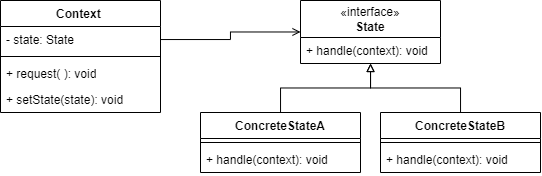
mitina-mv/php-patterns keeps this draw.io diagram as images/UML_state_self.png. Above is the earlier version. Source tidied: cells renumbered, new cells last; positions are measured from the earlier drawing's top-left corner, leaving out a move shared by most shapes. Its diagram source:
```xml
<mxGraphModel>
  <root>
    <mxCell id="0" />
    <mxCell id="1" parent="0" />
    <mxCell id="2" style="group;" parent="1" vertex="1">
      <mxGeometry width="540" height="172" as="geometry" />
    </mxCell>
    <mxCell id="3" value="Context&amp;nbsp;" style="swimlane;fontStyle=1;align=center;verticalAlign=top;horizontal=1;startSize=26;whiteSpace=wrap;html=1;" parent="2" vertex="1">
      <mxGeometry width="160" height="112" as="geometry" />
    </mxCell>
    <mxCell id="4" value="- state: State" style="text;strokeColor=none;fillColor=none;align=left;verticalAlign=top;spacingLeft=4;spacingRight=4;overflow=hidden;points=[[0,0.5],[1,0.5]];portConstraint=eastwest;whiteSpace=wrap;html=1;" parent="3" vertex="1">
      <mxGeometry y="26" width="160" height="26" as="geometry" />
    </mxCell>
    <mxCell id="5" style="line;strokeWidth=1;fillColor=none;align=left;verticalAlign=middle;spacingTop=-1;spacingLeft=3;spacingRight=3;labelPosition=right;strokeColor=inherit;" parent="3" vertex="1">
      <mxGeometry y="52" width="160" height="8" as="geometry" />
    </mxCell>
    <mxCell id="6" value="+ request( ): void" style="text;strokeColor=none;fillColor=none;align=left;verticalAlign=top;spacingLeft=4;spacingRight=4;overflow=hidden;whiteSpace=wrap;html=1;" parent="3" vertex="1">
      <mxGeometry y="60" width="160" height="26" as="geometry" />
    </mxCell>
    <mxCell id="7" value="+ setState(state): void" style="text;strokeColor=none;fillColor=none;align=left;verticalAlign=top;spacingLeft=4;spacingRight=4;overflow=hidden;whiteSpace=wrap;html=1;" parent="3" vertex="1">
      <mxGeometry y="86" width="160" height="26" as="geometry" />
    </mxCell>
    <mxCell id="8" value="ConcreteStateA" style="swimlane;fontStyle=1;align=center;verticalAlign=top;horizontal=1;startSize=26;whiteSpace=wrap;html=1;" parent="2" vertex="1">
      <mxGeometry x="200" y="112" width="160" height="60" as="geometry" />
    </mxCell>
    <mxCell id="9" style="line;strokeWidth=1;fillColor=none;align=left;verticalAlign=middle;spacingTop=-1;spacingLeft=3;spacingRight=3;labelPosition=right;points=[];portConstraint=eastwest;strokeColor=inherit;" parent="8" vertex="1">
      <mxGeometry y="26" width="160" height="8" as="geometry" />
    </mxCell>
    <mxCell id="10" value="+ handle(context): void" style="text;strokeColor=none;fillColor=none;align=left;verticalAlign=top;spacingLeft=4;spacingRight=4;overflow=hidden;whiteSpace=wrap;html=1;" parent="8" vertex="1">
      <mxGeometry y="34" width="160" height="26" as="geometry" />
    </mxCell>
    <mxCell id="11" value="ConcreteStateB" style="swimlane;fontStyle=1;align=center;verticalAlign=top;horizontal=1;startSize=26;whiteSpace=wrap;html=1;" parent="2" vertex="1">
      <mxGeometry x="380" y="112" width="160" height="60" as="geometry" />
    </mxCell>
    <mxCell id="12" style="line;strokeWidth=1;fillColor=none;align=left;verticalAlign=middle;spacingTop=-1;spacingLeft=3;spacingRight=3;labelPosition=right;strokeColor=inherit;" parent="11" vertex="1">
      <mxGeometry y="26" width="160" height="8" as="geometry" />
    </mxCell>
    <mxCell id="13" value="+ handle(context): void" style="text;strokeColor=none;fillColor=none;align=left;verticalAlign=top;spacingLeft=4;spacingRight=4;overflow=hidden;whiteSpace=wrap;html=1;" parent="11" vertex="1">
      <mxGeometry y="34" width="160" height="26" as="geometry" />
    </mxCell>
    <mxCell id="14" style="edgeStyle=orthogonalEdgeStyle;rounded=0;jettySize=auto;html=1;endArrow=block;endFill=0;" parent="2" edge="1" source="8" target="16">
      <mxGeometry relative="1" as="geometry" />
    </mxCell>
    <mxCell id="15" style="edgeStyle=orthogonalEdgeStyle;rounded=0;jettySize=auto;html=1;endArrow=block;endFill=0;" parent="2" edge="1" source="11" target="16">
      <mxGeometry relative="1" as="geometry" />
    </mxCell>
    <mxCell id="16" value="«interface»&lt;br style=&quot;border-color: var(--border-color);&quot;&gt;&lt;b style=&quot;border-color: var(--border-color);&quot;&gt;State&lt;/b&gt;" style="swimlane;fontStyle=0;horizontal=1;startSize=37;fillColor=none;whiteSpace=wrap;html=1;" parent="2" vertex="1">
      <mxGeometry x="300" width="140" height="63" as="geometry" />
    </mxCell>
    <mxCell id="17" value="+ handle(context): void" style="text;strokeColor=none;fillColor=none;align=left;verticalAlign=top;spacingLeft=4;spacingRight=4;overflow=hidden;whiteSpace=wrap;html=1;" parent="16" vertex="1">
      <mxGeometry y="37" width="140" height="26" as="geometry" />
    </mxCell>
    <mxCell id="18" style="edgeStyle=orthogonalEdgeStyle;rounded=0;jettySize=auto;html=1;endArrow=open;endFill=0;" parent="2" edge="1" source="4" target="16">
      <mxGeometry relative="1" as="geometry" />
    </mxCell>
  </root>
</mxGraphModel>
```
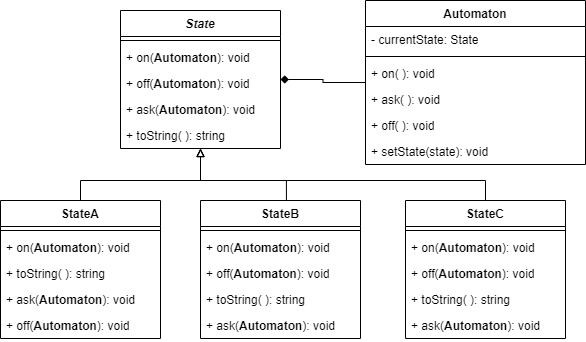
Above is the later version.

Diff of the diagram source:
```diff
@@ -3,55 +3,127 @@
     <mxCell id="0" />
     <mxCell id="1" parent="0" />
     <mxCell id="2" style="group;" parent="1" vertex="1">
-      <mxGeometry width="540" height="172" as="geometry" />
+      <mxGeometry width="580" height="262" as="geometry" />
     </mxCell>
-    <mxCell id="3" value="Context&amp;nbsp;" style="swimlane;fontStyle=1;align=center;verticalAlign=top;horizontal=1;startSize=26;whiteSpace=wrap;html=1;" parent="2" vertex="1">
-      <mxGeometry width="160" height="112" as="geometry" />
+    <mxCell id="3" value="StateA" style="swimlane;fontStyle=1;align=center;verticalAlign=top;horizontal=1;startSize=26;whiteSpace=wrap;html=1;" parent="2" vertex="1">
+      <mxGeometry y="150" width="160" height="138" as="geometry" />
     </mxCell>
-    <mxCell id="4" value="- state: State" style="text;strokeColor=none;fillColor=none;align=left;verticalAlign=top;spacingLeft=4;spacingRight=4;overflow=hidden;points=[[0,0.5],[1,0.5]];portConstraint=eastwest;whiteSpace=wrap;html=1;" parent="3" vertex="1">
-      <mxGeometry y="26" width="160" height="26" as="geometry" />
+    <mxCell id="4" style="line;strokeWidth=1;fillColor=none;align=left;verticalAlign=middle;spacingTop=-1;spacingLeft=3;spacingRight=3;labelPosition=right;points=[];portConstraint=eastwest;strokeColor=inherit;" parent="3" vertex="1">
+      <mxGeometry y="26" width="160" height="8" as="geometry" />
     </mxCell>
-    <mxCell id="5" style="line;strokeWidth=1;fillColor=none;align=left;verticalAlign=middle;spacingTop=-1;spacingLeft=3;spacingRight=3;labelPosition=right;strokeColor=inherit;" parent="3" vertex="1">
-      <mxGeometry y="52" width="160" height="8" as="geometry" />
+    <mxCell id="5" value="+&amp;nbsp;on(&lt;span style=&quot;font-weight: 700; text-align: center;&quot;&gt;Automaton&lt;/span&gt;&lt;span style=&quot;background-color: initial;&quot;&gt;): void&lt;/span&gt;" style="text;strokeColor=none;fillColor=none;align=left;verticalAlign=top;spacingLeft=4;spacingRight=4;overflow=hidden;whiteSpace=wrap;html=1;" parent="3" vertex="1">
+      <mxGeometry y="34" width="160" height="26" as="geometry" />
     </mxCell>
-    <mxCell id="6" value="+ request( ): void" style="text;strokeColor=none;fillColor=none;align=left;verticalAlign=top;spacingLeft=4;spacingRight=4;overflow=hidden;whiteSpace=wrap;html=1;" parent="3" vertex="1">
+    <mxCell id="6" value="+&amp;nbsp;toString&lt;span style=&quot;background-color: initial;&quot;&gt;( ): string&lt;/span&gt;" style="text;strokeColor=none;fillColor=none;align=left;verticalAlign=top;spacingLeft=4;spacingRight=4;overflow=hidden;whiteSpace=wrap;html=1;" parent="3" vertex="1">
       <mxGeometry y="60" width="160" height="26" as="geometry" />
     </mxCell>
-    <mxCell id="7" value="+ setState(state): void" style="text;strokeColor=none;fillColor=none;align=left;verticalAlign=top;spacingLeft=4;spacingRight=4;overflow=hidden;whiteSpace=wrap;html=1;" parent="3" vertex="1">
+    <mxCell id="7" value="+&amp;nbsp;ask(&lt;span style=&quot;font-weight: 700; text-align: center;&quot;&gt;Automaton&lt;/span&gt;&lt;span style=&quot;background-color: initial;&quot;&gt;): void&lt;/span&gt;" style="text;strokeColor=none;fillColor=none;align=left;verticalAlign=top;spacingLeft=4;spacingRight=4;overflow=hidden;whiteSpace=wrap;html=1;" parent="3" vertex="1">
       <mxGeometry y="86" width="160" height="26" as="geometry" />
     </mxCell>
-    <mxCell id="8" value="ConcreteStateA" style="swimlane;fontStyle=1;align=center;verticalAlign=top;horizontal=1;startSize=26;whiteSpace=wrap;html=1;" parent="2" vertex="1">
-      <mxGeometry x="200" y="112" width="160" height="60" as="geometry" />
+    <mxCell id="8" value="+&amp;nbsp;off(&lt;span style=&quot;font-weight: 700; text-align: center;&quot;&gt;Automaton&lt;/span&gt;&lt;span style=&quot;background-color: initial;&quot;&gt;): void&lt;/span&gt;" style="text;strokeColor=none;fillColor=none;align=left;verticalAlign=top;spacingLeft=4;spacingRight=4;overflow=hidden;points=[[0,0.5],[1,0.5]];portConstraint=eastwest;whiteSpace=wrap;html=1;" parent="3" vertex="1">
+      <mxGeometry y="112" width="160" height="26" as="geometry" />
     </mxCell>
-    <mxCell id="9" style="line;strokeWidth=1;fillColor=none;align=left;verticalAlign=middle;spacingTop=-1;spacingLeft=3;spacingRight=3;labelPosition=right;points=[];portConstraint=eastwest;strokeColor=inherit;" parent="8" vertex="1">
-      <mxGeometry y="26" width="160" height="8" as="geometry" />
+    <mxCell id="9" value="StateB" style="swimlane;fontStyle=1;align=center;verticalAlign=top;horizontal=1;startSize=26;whiteSpace=wrap;html=1;" parent="2" vertex="1">
+      <mxGeometry x="200" y="150" width="160" height="138" as="geometry" />
     </mxCell>
-    <mxCell id="10" value="+ handle(context): void" style="text;strokeColor=none;fillColor=none;align=left;verticalAlign=top;spacingLeft=4;spacingRight=4;overflow=hidden;whiteSpace=wrap;html=1;" parent="8" vertex="1">
-      <mxGeometry y="34" width="160" height="26" as="geometry" />
+    <mxCell id="10" style="line;strokeWidth=1;fillColor=none;align=left;verticalAlign=middle;spacingTop=-1;spacingLeft=3;spacingRight=3;labelPosition=right;strokeColor=inherit;" parent="9" vertex="1">
+      <mxGeometry y="26" width="160" height="8" as="geometry" />
     </mxCell>
-    <mxCell id="11" value="ConcreteStateB" style="swimlane;fontStyle=1;align=center;verticalAlign=top;horizontal=1;startSize=26;whiteSpace=wrap;html=1;" parent="2" vertex="1">
-      <mxGeometry x="380" y="112" width="160" height="60" as="geometry" />
+    <mxCell id="11" value="+&amp;nbsp;on(&lt;span style=&quot;font-weight: 700; text-align: center;&quot;&gt;Automaton&lt;/span&gt;&lt;span style=&quot;background-color: initial;&quot;&gt;): void&lt;/span&gt;" style="text;strokeColor=none;fillColor=none;align=left;verticalAlign=top;spacingLeft=4;spacingRight=4;overflow=hidden;points=[[0,0.5],[1,0.5]];portConstraint=eastwest;whiteSpace=wrap;html=1;" parent="9" vertex="1">
+      <mxGeometry y="34" width="160" height="26" as="geometry" />
     </mxCell>
-    <mxCell id="12" style="line;strokeWidth=1;fillColor=none;align=left;verticalAlign=middle;spacingTop=-1;spacingLeft=3;spacingRight=3;labelPosition=right;strokeColor=inherit;" parent="11" vertex="1">
-      <mxGeometry y="26" width="160" height="8" as="geometry" />
+    <mxCell id="12" value="+&amp;nbsp;off(&lt;span style=&quot;font-weight: 700; text-align: center;&quot;&gt;Automaton&lt;/span&gt;&lt;span style=&quot;background-color: initial;&quot;&gt;): void&lt;/span&gt;" style="text;strokeColor=none;fillColor=none;align=left;verticalAlign=top;spacingLeft=4;spacingRight=4;overflow=hidden;whiteSpace=wrap;html=1;" parent="9" vertex="1">
+      <mxGeometry y="60" width="160" height="26" as="geometry" />
     </mxCell>
-    <mxCell id="13" value="+ handle(context): void" style="text;strokeColor=none;fillColor=none;align=left;verticalAlign=top;spacingLeft=4;spacingRight=4;overflow=hidden;whiteSpace=wrap;html=1;" parent="11" vertex="1">
-      <mxGeometry y="34" width="160" height="26" as="geometry" />
+    <mxCell id="13" value="+&amp;nbsp;toString&lt;span style=&quot;background-color: initial;&quot;&gt;( ): string&lt;/span&gt;" style="text;strokeColor=none;fillColor=none;align=left;verticalAlign=top;spacingLeft=4;spacingRight=4;overflow=hidden;whiteSpace=wrap;html=1;" parent="9" vertex="1">
+      <mxGeometry y="86" width="160" height="26" as="geometry" />
     </mxCell>
-    <mxCell id="14" style="edgeStyle=orthogonalEdgeStyle;rounded=0;jettySize=auto;html=1;endArrow=block;endFill=0;" parent="2" edge="1" source="8" target="16">
-      <mxGeometry relative="1" as="geometry" />
+    <mxCell id="14" value="+&amp;nbsp;ask(&lt;span style=&quot;font-weight: 700; text-align: center;&quot;&gt;Automaton&lt;/span&gt;&lt;span style=&quot;background-color: initial;&quot;&gt;): void&lt;/span&gt;" style="text;strokeColor=none;fillColor=none;align=left;verticalAlign=top;spacingLeft=4;spacingRight=4;overflow=hidden;whiteSpace=wrap;html=1;" parent="9" vertex="1">
+      <mxGeometry y="112" width="160" height="26" as="geometry" />
     </mxCell>
-    <mxCell id="15" style="edgeStyle=orthogonalEdgeStyle;rounded=0;jettySize=auto;html=1;endArrow=block;endFill=0;" parent="2" edge="1" source="11" target="16">
-      <mxGeometry relative="1" as="geometry" />
+    <mxCell id="15" value="StateC" style="swimlane;fontStyle=1;align=center;verticalAlign=top;horizontal=1;startSize=26;whiteSpace=wrap;html=1;" parent="2" vertex="1">
+      <mxGeometry x="405" y="150" width="160" height="138" as="geometry" />
     </mxCell>
-    <mxCell id="16" value="«interface»&lt;br style=&quot;border-color: var(--border-color);&quot;&gt;&lt;b style=&quot;border-color: var(--border-color);&quot;&gt;State&lt;/b&gt;" style="swimlane;fontStyle=0;horizontal=1;startSize=37;fillColor=none;whiteSpace=wrap;html=1;" parent="2" vertex="1">
-      <mxGeometry x="300" width="140" height="63" as="geometry" />
+    <mxCell id="16" style="line;strokeWidth=1;fillColor=none;align=left;verticalAlign=middle;spacingTop=-1;spacingLeft=3;spacingRight=3;labelPosition=right;points=[];portConstraint=eastwest;strokeColor=inherit;" parent="15" vertex="1">
+      <mxGeometry y="26" width="160" height="8" as="geometry" />
     </mxCell>
-    <mxCell id="17" value="+ handle(context): void" style="text;strokeColor=none;fillColor=none;align=left;verticalAlign=top;spacingLeft=4;spacingRight=4;overflow=hidden;whiteSpace=wrap;html=1;" parent="16" vertex="1">
-      <mxGeometry y="37" width="140" height="26" as="geometry" />
+    <mxCell id="17" value="+&amp;nbsp;on(&lt;span style=&quot;font-weight: 700; text-align: center;&quot;&gt;Automaton&lt;/span&gt;&lt;span style=&quot;background-color: initial;&quot;&gt;): void&lt;/span&gt;" style="text;strokeColor=none;fillColor=none;align=left;verticalAlign=top;spacingLeft=4;spacingRight=4;overflow=hidden;whiteSpace=wrap;html=1;" parent="15" vertex="1">
+      <mxGeometry y="34" width="160" height="26" as="geometry" />
     </mxCell>
-    <mxCell id="18" style="edgeStyle=orthogonalEdgeStyle;rounded=0;jettySize=auto;html=1;endArrow=open;endFill=0;" parent="2" edge="1" source="4" target="16">
-      <mxGeometry relative="1" as="geometry" />
+    <mxCell id="18" value="+&amp;nbsp;off(&lt;span style=&quot;font-weight: 700; text-align: center;&quot;&gt;Automaton&lt;/span&gt;&lt;span style=&quot;background-color: initial;&quot;&gt;): void&lt;/span&gt;" style="text;strokeColor=none;fillColor=none;align=left;verticalAlign=top;spacingLeft=4;spacingRight=4;overflow=hidden;whiteSpace=wrap;html=1;" parent="15" vertex="1">
+      <mxGeometry y="60" width="160" height="26" as="geometry" />
     </mxCell>
+    <mxCell id="19" value="+&amp;nbsp;toString&lt;span style=&quot;background-color: initial;&quot;&gt;( ): string&lt;/span&gt;" style="text;strokeColor=none;fillColor=none;align=left;verticalAlign=top;spacingLeft=4;spacingRight=4;overflow=hidden;whiteSpace=wrap;html=1;" parent="15" vertex="1">
+      <mxGeometry y="86" width="160" height="26" as="geometry" />
+    </mxCell>
+    <mxCell id="20" value="+&amp;nbsp;ask(&lt;span style=&quot;font-weight: 700; text-align: center;&quot;&gt;Automaton&lt;/span&gt;&lt;span style=&quot;background-color: initial;&quot;&gt;): void&lt;/span&gt;" style="text;strokeColor=none;fillColor=none;align=left;verticalAlign=top;spacingLeft=4;spacingRight=4;overflow=hidden;whiteSpace=wrap;html=1;" parent="15" vertex="1">
+      <mxGeometry y="112" width="160" height="26" as="geometry" />
+    </mxCell>
+    <mxCell id="21" value="Automaton" style="swimlane;fontStyle=1;align=center;verticalAlign=top;horizontal=1;startSize=26;whiteSpace=wrap;html=1;" parent="1" vertex="1">
+      <mxGeometry x="365" y="-50" width="220" height="164" as="geometry" />
+    </mxCell>
+    <mxCell id="22" value="-&amp;nbsp;currentState&lt;span style=&quot;background-color: initial;&quot;&gt;: State&lt;/span&gt;" style="text;strokeColor=none;fillColor=none;align=left;verticalAlign=top;spacingLeft=4;spacingRight=4;overflow=hidden;whiteSpace=wrap;html=1;" parent="21" vertex="1">
+      <mxGeometry y="26" width="220" height="26" as="geometry" />
+    </mxCell>
+    <mxCell id="23" style="line;strokeWidth=1;fillColor=none;align=left;verticalAlign=middle;spacingTop=-1;spacingLeft=3;spacingRight=3;labelPosition=right;strokeColor=inherit;" parent="21" vertex="1">
+      <mxGeometry y="52" width="220" height="8" as="geometry" />
+    </mxCell>
+    <mxCell id="24" value="+&amp;nbsp;on&lt;span style=&quot;background-color: initial;&quot;&gt;( ):&amp;nbsp;&lt;/span&gt;void" style="text;strokeColor=none;fillColor=none;align=left;verticalAlign=top;spacingLeft=4;spacingRight=4;overflow=hidden;whiteSpace=wrap;html=1;" parent="21" vertex="1">
+      <mxGeometry y="60" width="220" height="26" as="geometry" />
+    </mxCell>
+    <mxCell id="25" value="+&amp;nbsp;ask&lt;span style=&quot;background-color: initial;&quot;&gt;( ):&amp;nbsp;&lt;/span&gt;void" style="text;strokeColor=none;fillColor=none;align=left;verticalAlign=top;spacingLeft=4;spacingRight=4;overflow=hidden;whiteSpace=wrap;html=1;" parent="21" vertex="1">
+      <mxGeometry y="86" width="220" height="26" as="geometry" />
+    </mxCell>
+    <mxCell id="26" value="+&amp;nbsp;off&lt;span style=&quot;background-color: initial;&quot;&gt;( ):&amp;nbsp;&lt;/span&gt;void" style="text;strokeColor=none;fillColor=none;align=left;verticalAlign=top;spacingLeft=4;spacingRight=4;overflow=hidden;whiteSpace=wrap;html=1;" parent="21" vertex="1">
+      <mxGeometry y="112" width="220" height="26" as="geometry" />
+    </mxCell>
+    <mxCell id="27" value="+ setState&lt;span style=&quot;background-color: initial;&quot;&gt;(state): void&lt;/span&gt;" style="text;strokeColor=none;fillColor=none;align=left;verticalAlign=top;spacingLeft=4;spacingRight=4;overflow=hidden;whiteSpace=wrap;html=1;" parent="21" vertex="1">
+      <mxGeometry y="138" width="220" height="26" as="geometry" />
+    </mxCell>
+    <mxCell id="28" style="edgeStyle=orthogonalEdgeStyle;rounded=0;jettySize=auto;html=1;endArrow=diamond;endFill=1;" parent="1" edge="1" source="21" target="29">
+      <mxGeometry relative="1" as="geometry" />
+    </mxCell>
+    <mxCell id="29" value="&lt;i&gt;State&lt;/i&gt;" style="swimlane;fontStyle=1;align=center;verticalAlign=top;horizontal=1;startSize=26;whiteSpace=wrap;html=1;" parent="1" vertex="1">
+      <mxGeometry x="120" y="-40" width="160" height="138" as="geometry" />
+    </mxCell>
+    <mxCell id="30" style="line;strokeWidth=1;fillColor=none;align=left;verticalAlign=middle;spacingTop=-1;spacingLeft=3;spacingRight=3;labelPosition=right;strokeColor=inherit;" parent="29" vertex="1">
+      <mxGeometry y="26" width="160" height="8" as="geometry" />
+    </mxCell>
+    <mxCell id="31" value="+&amp;nbsp;on(&lt;span style=&quot;font-weight: 700; text-align: center;&quot;&gt;Automaton&lt;/span&gt;&lt;span style=&quot;background-color: initial;&quot;&gt;): void&lt;/span&gt;" style="text;strokeColor=none;fillColor=none;align=left;verticalAlign=top;spacingLeft=4;spacingRight=4;overflow=hidden;whiteSpace=wrap;html=1;" parent="29" vertex="1">
+      <mxGeometry y="34" width="160" height="26" as="geometry" />
+    </mxCell>
+    <mxCell id="32" value="+&amp;nbsp;off(&lt;span style=&quot;font-weight: 700; text-align: center;&quot;&gt;Automaton&lt;/span&gt;&lt;span style=&quot;background-color: initial;&quot;&gt;): void&lt;/span&gt;" style="text;strokeColor=none;fillColor=none;align=left;verticalAlign=top;spacingLeft=4;spacingRight=4;overflow=hidden;whiteSpace=wrap;html=1;" parent="29" vertex="1">
+      <mxGeometry y="60" width="160" height="26" as="geometry" />
+    </mxCell>
+    <mxCell id="33" value="+&amp;nbsp;ask(&lt;span style=&quot;font-weight: 700; text-align: center;&quot;&gt;Automaton&lt;/span&gt;&lt;span style=&quot;background-color: initial;&quot;&gt;): void&lt;/span&gt;" style="text;strokeColor=none;fillColor=none;align=left;verticalAlign=top;spacingLeft=4;spacingRight=4;overflow=hidden;whiteSpace=wrap;html=1;" parent="29" vertex="1">
+      <mxGeometry y="86" width="160" height="26" as="geometry" />
+    </mxCell>
+    <mxCell id="34" value="+&amp;nbsp;toString&lt;span style=&quot;background-color: initial;&quot;&gt;( ): string&lt;/span&gt;" style="text;strokeColor=none;fillColor=none;align=left;verticalAlign=top;spacingLeft=4;spacingRight=4;overflow=hidden;whiteSpace=wrap;html=1;" parent="29" vertex="1">
+      <mxGeometry y="112" width="160" height="26" as="geometry" />
+    </mxCell>
+    <mxCell id="35" style="edgeStyle=orthogonalEdgeStyle;rounded=0;jettySize=auto;html=1;endArrow=block;endFill=0;" parent="1" edge="1" source="3" target="29">
+      <mxGeometry relative="1" as="geometry">
+        <Array as="points">
+          <mxPoint x="80" y="130" />
+          <mxPoint x="200" y="130" />
+        </Array>
+      </mxGeometry>
+    </mxCell>
+    <mxCell id="36" style="edgeStyle=orthogonalEdgeStyle;rounded=0;jettySize=auto;html=1;exitX=0.5;exitY=0;exitDx=0;exitDy=0;endArrow=block;endFill=0;" parent="1" edge="1" source="15" target="29">
+      <mxGeometry relative="1" as="geometry">
+        <Array as="points">
+          <mxPoint x="485" y="130" />
+          <mxPoint x="200" y="130" />
+        </Array>
+      </mxGeometry>
+    </mxCell>
+    <mxCell id="37" style="edgeStyle=orthogonalEdgeStyle;rounded=0;jettySize=auto;html=1;exitX=0.537;exitY=-0.004;exitDx=0;exitDy=0;exitPerimeter=0;endArrow=block;endFill=0;" parent="1" edge="1" source="9" target="29">
+      <mxGeometry relative="1" as="geometry">
+        <Array as="points">
+          <mxPoint x="286" y="130" />
+          <mxPoint x="200" y="130" />
+        </Array>
+      </mxGeometry>
+    </mxCell>
   </root>
 </mxGraphModel>
```
